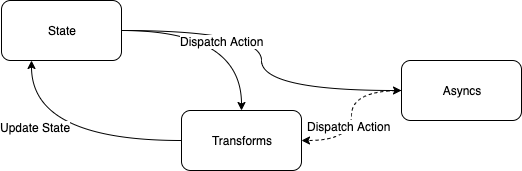
This is StateFlow.png from Warrenn/yamsm, a draw.io export, as it was before one commit. Source tidied: cells renumbered, new cells last; positions are measured from the earlier drawing's top-left corner, leaving out a move shared by most shapes. Its diagram source:
```xml
<mxGraphModel>
  <root>
    <mxCell id="0" />
    <mxCell id="1" parent="0" />
    <mxCell id="2" style="rounded=0;jettySize=auto;html=1;exitX=1;exitY=0.5;exitDx=0;exitDy=0;edgeStyle=orthogonalEdgeStyle;curved=1;" parent="1" edge="1" source="5" target="8">
      <mxGeometry relative="1" as="geometry" />
    </mxCell>
    <mxCell id="3" style="edgeStyle=orthogonalEdgeStyle;rounded=0;jettySize=auto;html=1;curved=1;entryX=0.5;entryY=0;entryDx=0;entryDy=0;" parent="1" edge="1" source="5" target="11">
      <mxGeometry relative="1" as="geometry" />
    </mxCell>
    <mxCell id="4" value="Dispatch Action" style="text;html=1;align=center;verticalAlign=middle;labelBackgroundColor=#ffffff;" parent="3" vertex="1">
      <mxGeometry x="0.1" y="-14" relative="1" as="geometry">
        <mxPoint x="-10" y="-4" as="offset" />
      </mxGeometry>
    </mxCell>
    <mxCell id="5" value="State" style="rounded=1;whiteSpace=wrap;html=1;" parent="1" vertex="1">
      <mxGeometry width="120" height="60" as="geometry" />
    </mxCell>
    <mxCell id="6" style="edgeStyle=orthogonalEdgeStyle;curved=1;rounded=0;jettySize=auto;html=1;entryX=1;entryY=0.5;entryDx=0;entryDy=0;dashed=1;" parent="1" edge="1" source="8" target="11">
      <mxGeometry relative="1" as="geometry" />
    </mxCell>
    <mxCell id="7" value="Dispatch Action" style="text;html=1;align=center;verticalAlign=middle;points=[];labelBackgroundColor=#ffffff;" parent="6" vertex="1">
      <mxGeometry x="0.13" y="-3" relative="1" as="geometry" />
    </mxCell>
    <mxCell id="8" value="Asyncs" style="rounded=1;whiteSpace=wrap;html=1;" parent="1" vertex="1">
      <mxGeometry x="400" y="60" width="120" height="60" as="geometry" />
    </mxCell>
    <mxCell id="9" style="edgeStyle=orthogonalEdgeStyle;curved=1;rounded=0;jettySize=auto;html=1;entryX=0.25;entryY=1;entryDx=0;entryDy=0;" parent="1" edge="1" source="11" target="5">
      <mxGeometry relative="1" as="geometry" />
    </mxCell>
    <mxCell id="10" value="Update State" style="text;html=1;align=center;verticalAlign=middle;points=[];labelBackgroundColor=#ffffff;" parent="9" vertex="1">
      <mxGeometry x="0.28" y="-14" relative="1" as="geometry" />
    </mxCell>
    <mxCell id="11" value="Transforms" style="rounded=1;whiteSpace=wrap;html=1;" parent="1" vertex="1">
      <mxGeometry x="180" y="110" width="120" height="60" as="geometry" />
    </mxCell>
  </root>
</mxGraphModel>
```
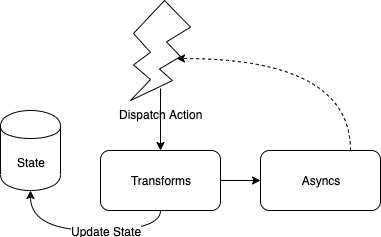
After the change.

Commit message:
updated process flow

What changed in the source:
```diff
@@ -2,37 +2,38 @@
   <root>
     <mxCell id="0" />
     <mxCell id="1" parent="0" />
-    <mxCell id="2" style="rounded=0;jettySize=auto;html=1;exitX=1;exitY=0.5;exitDx=0;exitDy=0;edgeStyle=orthogonalEdgeStyle;curved=1;" parent="1" edge="1" source="5" target="8">
-      <mxGeometry relative="1" as="geometry" />
+    <mxCell id="2" style="edgeStyle=orthogonalEdgeStyle;curved=1;rounded=0;jettySize=auto;html=1;entryX=0.767;entryY=0.58;entryDx=0;entryDy=0;dashed=1;exitX=0.75;exitY=0;exitDx=0;exitDy=0;entryPerimeter=0;" parent="1" edge="1" source="3" target="10">
+      <mxGeometry relative="1" as="geometry">
+        <Array as="points">
+          <mxPoint x="410" y="-22" />
+        </Array>
+      </mxGeometry>
     </mxCell>
-    <mxCell id="3" style="edgeStyle=orthogonalEdgeStyle;rounded=0;jettySize=auto;html=1;curved=1;entryX=0.5;entryY=0;entryDx=0;entryDy=0;" parent="1" edge="1" source="5" target="11">
-      <mxGeometry relative="1" as="geometry" />
+    <mxCell id="3" value="Asyncs" style="rounded=1;whiteSpace=wrap;html=1;" parent="1" vertex="1">
+      <mxGeometry x="320" y="70" width="120" height="60" as="geometry" />
     </mxCell>
-    <mxCell id="4" value="Dispatch Action" style="text;html=1;align=center;verticalAlign=middle;labelBackgroundColor=#ffffff;" parent="3" vertex="1">
-      <mxGeometry x="0.1" y="-14" relative="1" as="geometry">
-        <mxPoint x="-10" y="-4" as="offset" />
-      </mxGeometry>
+    <mxCell id="4" style="edgeStyle=orthogonalEdgeStyle;curved=1;rounded=0;jettySize=auto;html=1;entryX=0.5;entryY=1;entryDx=0;entryDy=0;exitX=0.5;exitY=1;exitDx=0;exitDy=0;" parent="1" edge="1" source="7" target="9">
+      <mxGeometry relative="1" as="geometry" />
     </mxCell>
-    <mxCell id="5" value="State" style="rounded=1;whiteSpace=wrap;html=1;" parent="1" vertex="1">
-      <mxGeometry width="120" height="60" as="geometry" />
+    <mxCell id="5" value="Update State" style="text;html=1;align=center;verticalAlign=middle;points=[];labelBackgroundColor=#ffffff;" parent="4" vertex="1">
+      <mxGeometry x="0.28" y="-14" relative="1" as="geometry">
+        <mxPoint x="46" y="14" as="offset" />
+      </mxGeometry>
     </mxCell>
-    <mxCell id="6" style="edgeStyle=orthogonalEdgeStyle;curved=1;rounded=0;jettySize=auto;html=1;entryX=1;entryY=0.5;entryDx=0;entryDy=0;dashed=1;" parent="1" edge="1" source="8" target="11">
+    <mxCell id="6" style="edgeStyle=orthogonalEdgeStyle;rounded=0;jettySize=auto;html=1;entryX=0;entryY=0.5;entryDx=0;entryDy=0;" parent="1" edge="1" source="7" target="3">
       <mxGeometry relative="1" as="geometry" />
     </mxCell>
-    <mxCell id="7" value="Dispatch Action" style="text;html=1;align=center;verticalAlign=middle;points=[];labelBackgroundColor=#ffffff;" parent="6" vertex="1">
-      <mxGeometry x="0.13" y="-3" relative="1" as="geometry" />
+    <mxCell id="7" value="Transforms" style="rounded=1;whiteSpace=wrap;html=1;" parent="1" vertex="1">
+      <mxGeometry x="160" y="70" width="120" height="60" as="geometry" />
     </mxCell>
-    <mxCell id="8" value="Asyncs" style="rounded=1;whiteSpace=wrap;html=1;" parent="1" vertex="1">
-      <mxGeometry x="400" y="60" width="120" height="60" as="geometry" />
+    <mxCell id="8" style="edgeStyle=orthogonalEdgeStyle;rounded=0;jettySize=auto;html=1;exitX=0.5;exitY=0.88;exitDx=0;exitDy=0;exitPerimeter=0;" parent="1" edge="1" source="10" target="7">
+      <mxGeometry relative="1" as="geometry" />
     </mxCell>
-    <mxCell id="9" style="edgeStyle=orthogonalEdgeStyle;curved=1;rounded=0;jettySize=auto;html=1;entryX=0.25;entryY=1;entryDx=0;entryDy=0;" parent="1" edge="1" source="11" target="5">
-      <mxGeometry relative="1" as="geometry" />
+    <mxCell id="9" value="State" style="shape=cylinder;whiteSpace=wrap;html=1;boundedLbl=1;backgroundOutline=1;" parent="1" vertex="1">
+      <mxGeometry x="60" y="30" width="60" height="80" as="geometry" />
     </mxCell>
-    <mxCell id="10" value="Update State" style="text;html=1;align=center;verticalAlign=middle;points=[];labelBackgroundColor=#ffffff;" parent="9" vertex="1">
-      <mxGeometry x="0.28" y="-14" relative="1" as="geometry" />
+    <mxCell id="10" value="Dispatch Action" style="verticalLabelPosition=bottom;verticalAlign=top;html=1;shape=mxgraph.basic.flash;" parent="1" vertex="1">
+      <mxGeometry x="190" y="-80" width="60" height="100" as="geometry" />
     </mxCell>
-    <mxCell id="11" value="Transforms" style="rounded=1;whiteSpace=wrap;html=1;" parent="1" vertex="1">
-      <mxGeometry x="180" y="110" width="120" height="60" as="geometry" />
-    </mxCell>
   </root>
 </mxGraphModel>
```
